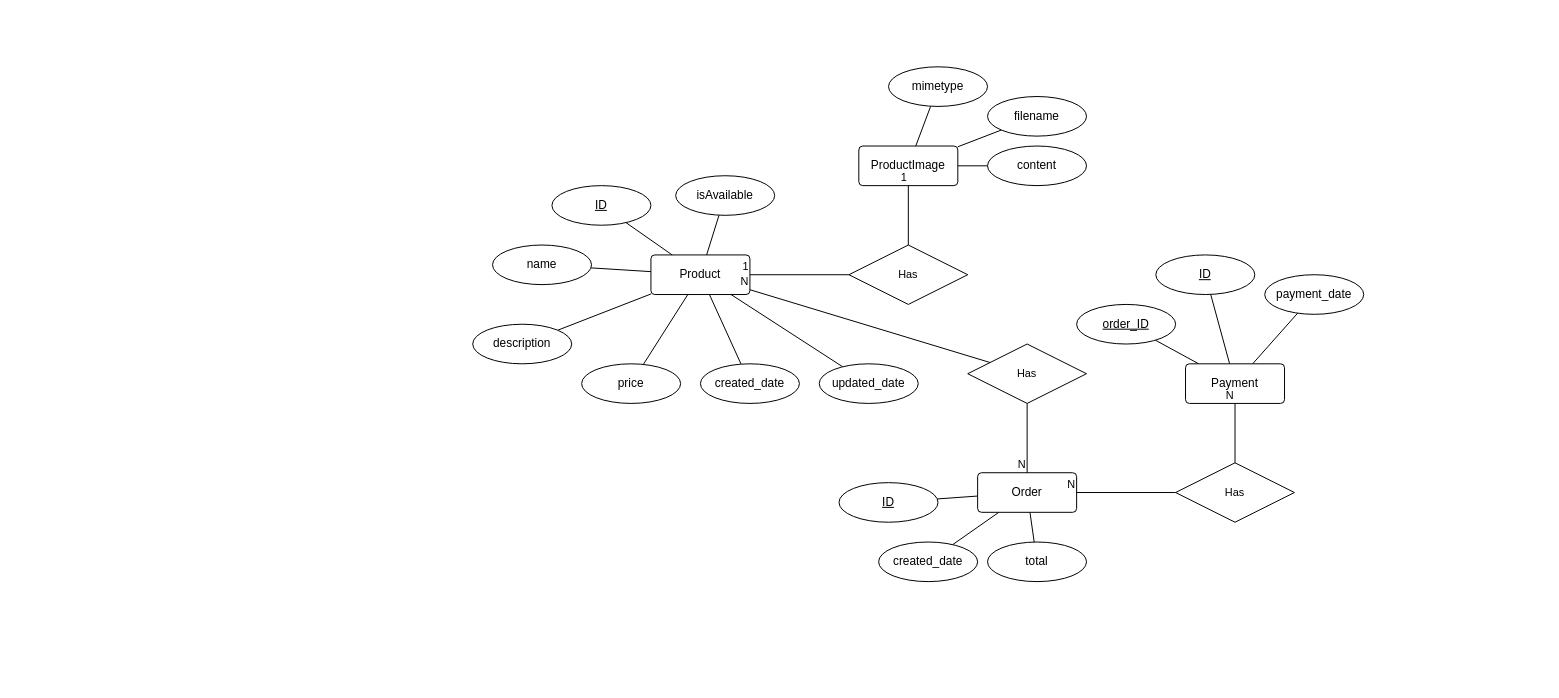
Before: page "ERD" (2 of 6) of Coffeeshop.drawio in pradana4648/coffeeshop, a draw.io diagram. Source tidied: cells renumbered, new cells numbered last; positions are measured from the earlier drawing's top-left corner, leaving out a move shared by most shapes. Both pictures are drawn from the tidied source at 99%, with x=0, y=0 at pixel (472, 66).
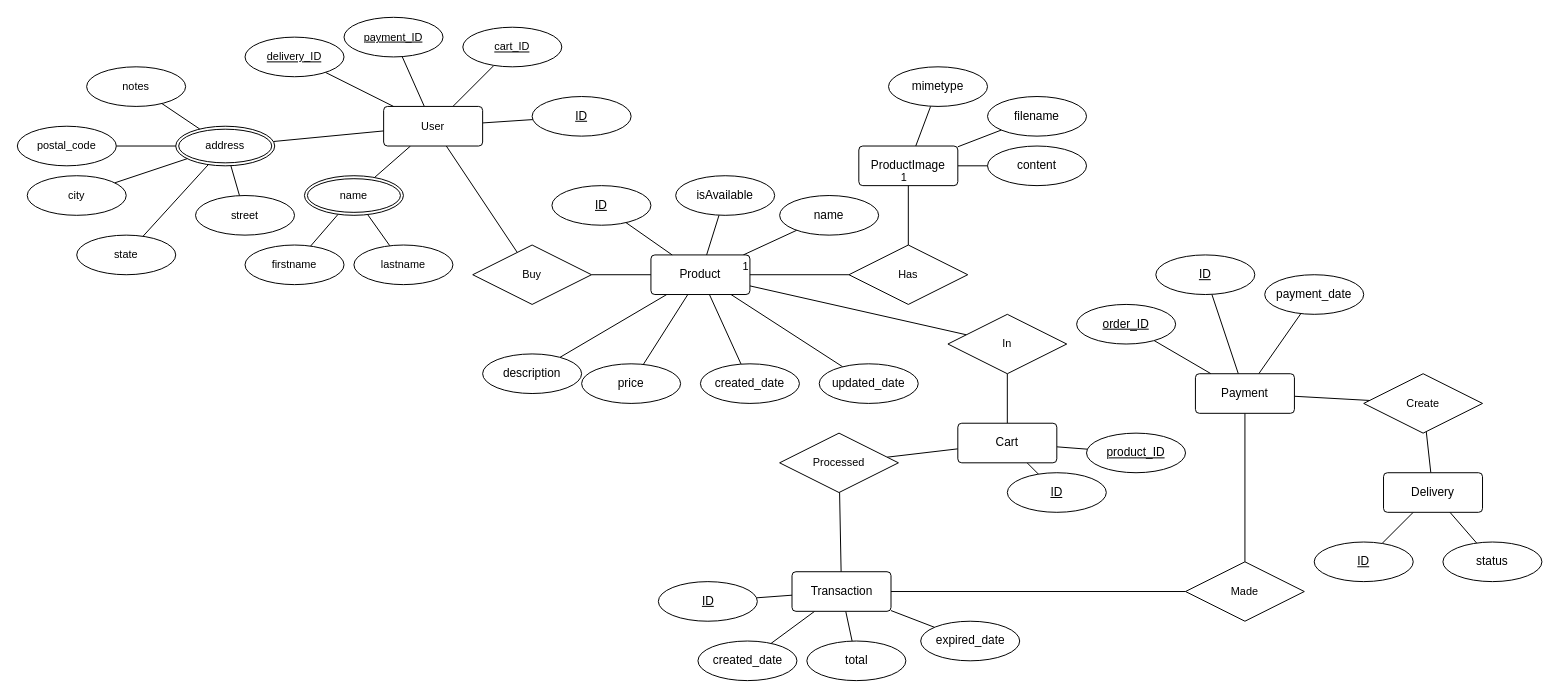
The same diagram, later.

The change refers to these unchanged cells:
```xml
<mxCell id="8" value="Product" style="rounded=1;arcSize=10;whiteSpace=wrap;html=1;align=center;" parent="1" vertex="1">
  <mxGeometry x="180" y="190" width="100" height="40" as="geometry" />
</mxCell>
```

Change to the diagram source:
```diff
@@
+    <mxCell id="53" style="edgeStyle=none;shape=connector;rounded=0;jettySize=auto;html=1;labelBackgroundColor=default;strokeColor=default;fontFamily=Helvetica;fontSize=11;fontColor=default;endArrow=none;endFill=0;" parent="1" edge="1" source="8" target="29">
+      <mxGeometry relative="1" as="geometry" />
+    </mxCell>
@@
     <mxCell id="11" value="name" style="ellipse;whiteSpace=wrap;html=1;align=center;" parent="1" vertex="1">
-      <mxGeometry x="20" y="180" width="100" height="40" as="geometry" />
+      <mxGeometry x="310" y="130" width="100" height="40" as="geometry" />
     </mxCell>
     <mxCell id="12" value="description" style="ellipse;whiteSpace=wrap;html=1;align=center;" parent="1" vertex="1">
-      <mxGeometry y="260" width="100" height="40" as="geometry" />
+      <mxGeometry x="10" y="290" width="100" height="40" as="geometry" />
     </mxCell>
@@
+    <mxCell id="54" style="edgeStyle=none;shape=connector;rounded=0;jettySize=auto;html=1;labelBackgroundColor=default;strokeColor=default;fontFamily=Helvetica;fontSize=11;fontColor=default;endArrow=none;endFill=0;" parent="1" edge="1" source="29" target="76">
+      <mxGeometry relative="1" as="geometry" />
+    </mxCell>
-    <mxCell id="29" value="Has" style="shape=rhombus;perimeter=rhombusPerimeter;whiteSpace=wrap;html=1;align=center;fontFamily=Helvetica;fontSize=11;fontColor=default;" parent="1" vertex="1">
-      <mxGeometry x="500" y="280" width="120" height="60" as="geometry" />
+    <mxCell id="29" value="In" style="shape=rhombus;perimeter=rhombusPerimeter;whiteSpace=wrap;html=1;align=center;fontFamily=Helvetica;fontSize=11;fontColor=default;" parent="1" vertex="1">
+      <mxGeometry x="480" y="250" width="120" height="60" as="geometry" />
     </mxCell>
@@
+    <mxCell id="55" style="edgeStyle=none;shape=connector;rounded=0;jettySize=auto;html=1;labelBackgroundColor=default;strokeColor=default;fontFamily=Helvetica;fontSize=11;fontColor=default;endArrow=none;endFill=0;" parent="1" edge="1" source="33" target="79">
+      <mxGeometry relative="1" as="geometry" />
+    </mxCell>
-    <mxCell id="33" value="Order" style="rounded=1;arcSize=10;whiteSpace=wrap;html=1;align=center;" parent="1" vertex="1">
-      <mxGeometry x="510" y="410" width="100" height="40" as="geometry" />
+    <mxCell id="33" value="&lt;div&gt;Transaction&lt;/div&gt;" style="rounded=1;arcSize=10;whiteSpace=wrap;html=1;align=center;" parent="1" vertex="1">
+      <mxGeometry x="322.5" y="510" width="100" height="40" as="geometry" />
     </mxCell>
-    <mxCell id="34" style="endArrow=none;html=1;rounded=0;labelBackgroundColor=default;strokeColor=default;fontFamily=Helvetica;fontSize=11;fontColor=default;shape=connector;" parent="1" edge="1" source="29" target="8">
-      <mxGeometry relative="1" as="geometry" />
-    </mxCell>
-    <mxCell id="35" value="N" style="html=1;whiteSpace=wrap;align=right;verticalAlign=bottom;fontFamily=Helvetica;fontSize=11;fontColor=default;" parent="34" vertex="1">
-      <mxGeometry x="1" relative="1" as="geometry" />
-    </mxCell>
-    <mxCell id="36" style="endArrow=none;html=1;rounded=0;labelBackgroundColor=default;strokeColor=default;fontFamily=Helvetica;fontSize=11;fontColor=default;shape=connector;" parent="1" edge="1" source="29" target="33">
-      <mxGeometry relative="1" as="geometry" />
-    </mxCell>
-    <mxCell id="37" value="N" style="html=1;whiteSpace=wrap;align=right;verticalAlign=bottom;fontFamily=Helvetica;fontSize=11;fontColor=default;" parent="36" vertex="1">
-      <mxGeometry x="1" relative="1" as="geometry" />
-    </mxCell>
     <mxCell id="38" value="ID" style="ellipse;whiteSpace=wrap;html=1;align=center;fontStyle=4;" parent="1" vertex="1">
-      <mxGeometry x="370" y="420" width="100" height="40" as="geometry" />
+      <mxGeometry x="187.5" y="520" width="100" height="40" as="geometry" />
     </mxCell>
     <mxCell id="39" value="&lt;div&gt;created_date&lt;/div&gt;" style="ellipse;whiteSpace=wrap;html=1;align=center;" parent="1" vertex="1">
-      <mxGeometry x="410" y="480" width="100" height="40" as="geometry" />
+      <mxGeometry x="227.5" y="580" width="100" height="40" as="geometry" />
     </mxCell>
     <mxCell id="40" value="total" style="ellipse;whiteSpace=wrap;html=1;align=center;" parent="1" vertex="1">
-      <mxGeometry x="520" y="480" width="100" height="40" as="geometry" />
+      <mxGeometry x="337.5" y="580" width="100" height="40" as="geometry" />
     </mxCell>
+    <mxCell id="48" style="edgeStyle=none;shape=connector;rounded=0;jettySize=auto;html=1;labelBackgroundColor=default;strokeColor=default;fontFamily=Helvetica;fontSize=11;fontColor=default;endArrow=none;endFill=0;" parent="1" edge="1" source="41" target="47">
+      <mxGeometry relative="1" as="geometry" />
+    </mxCell>
-    <mxCell id="41" value="Has" style="shape=rhombus;perimeter=rhombusPerimeter;whiteSpace=wrap;html=1;align=center;fontFamily=Helvetica;fontSize=11;fontColor=default;" parent="1" vertex="1">
-      <mxGeometry x="710" y="400" width="120" height="60" as="geometry" />
+    <mxCell id="41" value="Made" style="shape=rhombus;perimeter=rhombusPerimeter;whiteSpace=wrap;html=1;align=center;fontFamily=Helvetica;fontSize=11;fontColor=default;" parent="1" vertex="1">
+      <mxGeometry x="720" y="500" width="120" height="60" as="geometry" />
     </mxCell>
-    <mxCell id="42" style="endArrow=none;html=1;rounded=0;labelBackgroundColor=default;strokeColor=default;fontFamily=Helvetica;fontSize=11;fontColor=default;shape=connector;" parent="1" edge="1" source="41" target="33">
-      <mxGeometry relative="1" as="geometry" />
-    </mxCell>
-    <mxCell id="43" value="N" style="html=1;whiteSpace=wrap;align=right;verticalAlign=bottom;fontFamily=Helvetica;fontSize=11;fontColor=default;" parent="42" vertex="1">
-      <mxGeometry x="1" relative="1" as="geometry" />
-    </mxCell>
@@
+    <mxCell id="56" style="edgeStyle=none;shape=connector;rounded=0;jettySize=auto;html=1;labelBackgroundColor=default;strokeColor=default;fontFamily=Helvetica;fontSize=11;fontColor=default;endArrow=none;endFill=0;" parent="1" edge="1" source="47" target="83">
+      <mxGeometry relative="1" as="geometry" />
+    </mxCell>
     <mxCell id="47" value="Payment" style="rounded=1;arcSize=10;whiteSpace=wrap;html=1;align=center;" parent="1" vertex="1">
-      <mxGeometry x="720" y="300" width="100" height="40" as="geometry" />
+      <mxGeometry x="730" y="310" width="100" height="40" as="geometry" />
     </mxCell>
-    <mxCell id="48" style="endArrow=none;html=1;rounded=0;labelBackgroundColor=default;strokeColor=default;fontFamily=Helvetica;fontSize=11;fontColor=default;shape=connector;" parent="1" edge="1" source="41" target="47">
-      <mxGeometry relative="1" as="geometry" />
-    </mxCell>
-    <mxCell id="49" value="N" style="html=1;whiteSpace=wrap;align=right;verticalAlign=bottom;fontFamily=Helvetica;fontSize=11;fontColor=default;" parent="48" vertex="1">
-      <mxGeometry x="1" relative="1" as="geometry" />
-    </mxCell>
@@
+    <mxCell id="57" style="edgeStyle=none;shape=connector;rounded=0;jettySize=auto;html=1;labelBackgroundColor=default;strokeColor=default;fontFamily=Helvetica;fontSize=11;fontColor=default;endArrow=none;endFill=0;" parent="1" edge="1" source="62" target="65">
+      <mxGeometry relative="1" as="geometry" />
+    </mxCell>
+    <mxCell id="58" style="edgeStyle=none;shape=connector;rounded=0;jettySize=auto;html=1;labelBackgroundColor=default;strokeColor=default;fontFamily=Helvetica;fontSize=11;fontColor=default;endArrow=none;endFill=0;" parent="1" edge="1" source="62" target="63">
+      <mxGeometry relative="1" as="geometry" />
+    </mxCell>
+    <mxCell id="59" style="edgeStyle=none;shape=connector;rounded=0;jettySize=auto;html=1;labelBackgroundColor=default;strokeColor=default;fontFamily=Helvetica;fontSize=11;fontColor=default;endArrow=none;endFill=0;" parent="1" edge="1" source="62" target="68">
+      <mxGeometry relative="1" as="geometry" />
+    </mxCell>
+    <mxCell id="60" style="edgeStyle=none;shape=connector;rounded=0;jettySize=auto;html=1;labelBackgroundColor=default;strokeColor=default;fontFamily=Helvetica;fontSize=11;fontColor=default;endArrow=none;endFill=0;" parent="1" edge="1" source="62" target="71">
+      <mxGeometry relative="1" as="geometry" />
+    </mxCell>
+    <mxCell id="61" style="edgeStyle=none;shape=connector;rounded=0;jettySize=auto;html=1;labelBackgroundColor=default;strokeColor=default;fontFamily=Helvetica;fontSize=11;fontColor=default;endArrow=none;endFill=0;" parent="1" edge="1" source="62" target="72">
+      <mxGeometry relative="1" as="geometry" />
+    </mxCell>
+    <mxCell id="62" value="User" style="rounded=1;arcSize=10;whiteSpace=wrap;html=1;align=center;fontFamily=Helvetica;fontSize=11;fontColor=default;" parent="1" vertex="1">
+      <mxGeometry x="-90" y="40" width="100" height="40" as="geometry" />
+    </mxCell>
+    <mxCell id="63" value="ID" style="ellipse;whiteSpace=wrap;html=1;align=center;fontStyle=4;" parent="1" vertex="1">
+      <mxGeometry x="60" y="30" width="100" height="40" as="geometry" />
+    </mxCell>
+    <mxCell id="64" style="edgeStyle=none;shape=connector;rounded=0;jettySize=auto;html=1;labelBackgroundColor=default;strokeColor=default;fontFamily=Helvetica;fontSize=11;fontColor=default;endArrow=none;endFill=0;" parent="1" edge="1" source="65" target="8">
+      <mxGeometry relative="1" as="geometry" />
+    </mxCell>
+    <mxCell id="65" value="Buy" style="shape=rhombus;perimeter=rhombusPerimeter;whiteSpace=wrap;html=1;align=center;fontFamily=Helvetica;fontSize=11;fontColor=default;" parent="1" vertex="1">
+      <mxGeometry y="180" width="120" height="60" as="geometry" />
+    </mxCell>
+    <mxCell id="66" style="edgeStyle=none;shape=connector;rounded=0;jettySize=auto;html=1;labelBackgroundColor=default;strokeColor=default;fontFamily=Helvetica;fontSize=11;fontColor=default;endArrow=none;endFill=0;" parent="1" edge="1" source="68" target="70">
+      <mxGeometry relative="1" as="geometry" />
+    </mxCell>
+    <mxCell id="67" style="edgeStyle=none;shape=connector;rounded=0;jettySize=auto;html=1;labelBackgroundColor=default;strokeColor=default;fontFamily=Helvetica;fontSize=11;fontColor=default;endArrow=none;endFill=0;" parent="1" edge="1" source="68" target="69">
+      <mxGeometry relative="1" as="geometry" />
+    </mxCell>
+    <mxCell id="68" value="name" style="ellipse;shape=doubleEllipse;margin=3;whiteSpace=wrap;html=1;align=center;fontFamily=Helvetica;fontSize=11;fontColor=default;" parent="1" vertex="1">
+      <mxGeometry x="-170" y="110" width="100" height="40" as="geometry" />
+    </mxCell>
+    <mxCell id="69" value="firstname" style="ellipse;whiteSpace=wrap;html=1;align=center;fontFamily=Helvetica;fontSize=11;fontColor=default;" parent="1" vertex="1">
+      <mxGeometry x="-230" y="180" width="100" height="40" as="geometry" />
+    </mxCell>
+    <mxCell id="70" value="lastname" style="ellipse;whiteSpace=wrap;html=1;align=center;fontFamily=Helvetica;fontSize=11;fontColor=default;" parent="1" vertex="1">
+      <mxGeometry x="-120" y="180" width="100" height="40" as="geometry" />
+    </mxCell>
+    <mxCell id="71" value="cart_ID" style="ellipse;whiteSpace=wrap;html=1;align=center;fontStyle=4;fontFamily=Helvetica;fontSize=11;fontColor=default;" parent="1" vertex="1">
+      <mxGeometry x="-10" y="-40" width="100" height="40" as="geometry" />
+    </mxCell>
+    <mxCell id="72" value="payment_ID" style="ellipse;whiteSpace=wrap;html=1;align=center;fontStyle=4;fontFamily=Helvetica;fontSize=11;fontColor=default;" parent="1" vertex="1">
+      <mxGeometry x="-130" y="-50" width="100" height="40" as="geometry" />
+    </mxCell>
+    <mxCell id="73" style="edgeStyle=none;shape=connector;rounded=0;jettySize=auto;html=1;labelBackgroundColor=default;strokeColor=default;fontFamily=Helvetica;fontSize=11;fontColor=default;endArrow=none;endFill=0;" parent="1" edge="1" source="76" target="77">
+      <mxGeometry relative="1" as="geometry" />
+    </mxCell>
+    <mxCell id="74" style="edgeStyle=none;shape=connector;rounded=0;jettySize=auto;html=1;labelBackgroundColor=default;strokeColor=default;fontFamily=Helvetica;fontSize=11;fontColor=default;endArrow=none;endFill=0;" parent="1" edge="1" source="76" target="78">
+      <mxGeometry relative="1" as="geometry" />
+    </mxCell>
+    <mxCell id="75" style="edgeStyle=none;shape=connector;rounded=0;jettySize=auto;html=1;labelBackgroundColor=default;strokeColor=default;fontFamily=Helvetica;fontSize=11;fontColor=default;endArrow=none;endFill=0;" parent="1" edge="1" source="76" target="81">
+      <mxGeometry relative="1" as="geometry" />
+    </mxCell>
+    <mxCell id="76" value="Cart" style="rounded=1;arcSize=10;whiteSpace=wrap;html=1;align=center;" parent="1" vertex="1">
+      <mxGeometry x="490" y="360" width="100" height="40" as="geometry" />
+    </mxCell>
+    <mxCell id="77" value="ID" style="ellipse;whiteSpace=wrap;html=1;align=center;fontStyle=4;" parent="1" vertex="1">
+      <mxGeometry x="540" y="410" width="100" height="40" as="geometry" />
+    </mxCell>
+    <mxCell id="78" value="product_ID" style="ellipse;whiteSpace=wrap;html=1;align=center;fontStyle=4;" parent="1" vertex="1">
+      <mxGeometry x="620" y="370" width="100" height="40" as="geometry" />
+    </mxCell>
+    <mxCell id="79" value="&lt;div&gt;expired_date&lt;/div&gt;" style="ellipse;whiteSpace=wrap;html=1;align=center;" parent="1" vertex="1">
+      <mxGeometry x="452.5" y="560" width="100" height="40" as="geometry" />
+    </mxCell>
+    <mxCell id="80" style="edgeStyle=none;shape=connector;rounded=0;jettySize=auto;html=1;labelBackgroundColor=default;strokeColor=default;fontFamily=Helvetica;fontSize=11;fontColor=default;endArrow=none;endFill=0;" parent="1" edge="1" source="81" target="33">
+      <mxGeometry relative="1" as="geometry" />
+    </mxCell>
+    <mxCell id="81" value="Processed" style="shape=rhombus;perimeter=rhombusPerimeter;whiteSpace=wrap;html=1;align=center;fontFamily=Helvetica;fontSize=11;fontColor=default;" parent="1" vertex="1">
+      <mxGeometry x="310" y="370" width="120" height="60" as="geometry" />
+    </mxCell>
+    <mxCell id="42" style="edgeStyle=none;shape=connector;rounded=0;jettySize=auto;html=1;labelBackgroundColor=default;strokeColor=default;fontFamily=Helvetica;fontSize=11;fontColor=default;endArrow=none;endFill=0;" parent="1" edge="1" source="41" target="33">
+      <mxGeometry relative="1" as="geometry" />
+    </mxCell>
+    <mxCell id="82" style="edgeStyle=none;shape=connector;rounded=0;jettySize=auto;html=1;labelBackgroundColor=default;strokeColor=default;fontFamily=Helvetica;fontSize=11;fontColor=default;endArrow=none;endFill=0;" parent="1" edge="1" source="83" target="85">
+      <mxGeometry relative="1" as="geometry" />
+    </mxCell>
+    <mxCell id="83" value="Create" style="shape=rhombus;perimeter=rhombusPerimeter;whiteSpace=wrap;html=1;align=center;fontFamily=Helvetica;fontSize=11;fontColor=default;" parent="1" vertex="1">
+      <mxGeometry x="900" y="310" width="120" height="60" as="geometry" />
+    </mxCell>
+    <mxCell id="84" style="edgeStyle=none;shape=connector;rounded=0;jettySize=auto;html=1;labelBackgroundColor=default;strokeColor=default;fontFamily=Helvetica;fontSize=11;fontColor=default;endArrow=none;endFill=0;" parent="1" edge="1" source="85" target="86">
+      <mxGeometry relative="1" as="geometry" />
+    </mxCell>
+    <mxCell id="85" value="Delivery" style="rounded=1;arcSize=10;whiteSpace=wrap;html=1;align=center;" parent="1" vertex="1">
+      <mxGeometry x="920" y="410" width="100" height="40" as="geometry" />
+    </mxCell>
+    <mxCell id="86" value="ID" style="ellipse;whiteSpace=wrap;html=1;align=center;fontStyle=4;" parent="1" vertex="1">
+      <mxGeometry x="850" y="480" width="100" height="40" as="geometry" />
+    </mxCell>
+    <mxCell id="87" style="edgeStyle=none;shape=connector;rounded=0;jettySize=auto;html=1;labelBackgroundColor=default;strokeColor=default;fontFamily=Helvetica;fontSize=11;fontColor=default;endArrow=none;endFill=0;" parent="1" edge="1" source="88" target="85">
+      <mxGeometry relative="1" as="geometry" />
+    </mxCell>
+    <mxCell id="88" value="status" style="ellipse;whiteSpace=wrap;html=1;align=center;" parent="1" vertex="1">
+      <mxGeometry x="980" y="480" width="100" height="40" as="geometry" />
+    </mxCell>
+    <mxCell id="89" style="edgeStyle=none;shape=connector;rounded=0;jettySize=auto;html=1;labelBackgroundColor=default;strokeColor=default;fontFamily=Helvetica;fontSize=11;fontColor=default;endArrow=none;endFill=0;" parent="1" edge="1" source="90" target="62">
+      <mxGeometry relative="1" as="geometry" />
+    </mxCell>
+    <mxCell id="90" value="delivery_ID" style="ellipse;whiteSpace=wrap;html=1;align=center;fontStyle=4;fontFamily=Helvetica;fontSize=11;fontColor=default;" parent="1" vertex="1">
+      <mxGeometry x="-230" y="-30" width="100" height="40" as="geometry" />
+    </mxCell>
+    <mxCell id="91" style="edgeStyle=none;shape=connector;rounded=0;jettySize=auto;html=1;labelBackgroundColor=default;strokeColor=default;fontFamily=Helvetica;fontSize=11;fontColor=default;endArrow=none;endFill=0;" parent="1" edge="1" source="92" target="62">
+      <mxGeometry relative="1" as="geometry" />
+    </mxCell>
+    <mxCell id="92" value="address" style="ellipse;shape=doubleEllipse;margin=3;whiteSpace=wrap;html=1;align=center;fontFamily=Helvetica;fontSize=11;fontColor=default;" parent="1" vertex="1">
+      <mxGeometry x="-300" y="60" width="100" height="40" as="geometry" />
+    </mxCell>
+    <mxCell id="93" style="edgeStyle=none;shape=connector;rounded=0;jettySize=auto;html=1;labelBackgroundColor=default;strokeColor=default;fontFamily=Helvetica;fontSize=11;fontColor=default;endArrow=none;endFill=0;" parent="1" edge="1" source="94" target="92">
+      <mxGeometry relative="1" as="geometry" />
+    </mxCell>
+    <mxCell id="94" value="city" style="ellipse;whiteSpace=wrap;html=1;align=center;fontFamily=Helvetica;fontSize=11;fontColor=default;" parent="1" vertex="1">
+      <mxGeometry x="-450" y="110" width="100" height="40" as="geometry" />
+    </mxCell>
+    <mxCell id="95" style="edgeStyle=none;shape=connector;rounded=0;jettySize=auto;html=1;labelBackgroundColor=default;strokeColor=default;fontFamily=Helvetica;fontSize=11;fontColor=default;endArrow=none;endFill=0;" parent="1" edge="1" source="96" target="92">
+      <mxGeometry relative="1" as="geometry" />
+    </mxCell>
+    <mxCell id="96" value="street" style="ellipse;whiteSpace=wrap;html=1;align=center;fontFamily=Helvetica;fontSize=11;fontColor=default;" parent="1" vertex="1">
+      <mxGeometry x="-280" y="130" width="100" height="40" as="geometry" />
+    </mxCell>
+    <mxCell id="97" style="edgeStyle=none;shape=connector;rounded=0;jettySize=auto;html=1;labelBackgroundColor=default;strokeColor=default;fontFamily=Helvetica;fontSize=11;fontColor=default;endArrow=none;endFill=0;" parent="1" edge="1" source="98" target="92">
+      <mxGeometry relative="1" as="geometry" />
+    </mxCell>
+    <mxCell id="98" value="postal_code" style="ellipse;whiteSpace=wrap;html=1;align=center;fontFamily=Helvetica;fontSize=11;fontColor=default;" parent="1" vertex="1">
+      <mxGeometry x="-460" y="60" width="100" height="40" as="geometry" />
+    </mxCell>
+    <mxCell id="99" style="edgeStyle=none;shape=connector;rounded=0;jettySize=auto;html=1;labelBackgroundColor=default;strokeColor=default;fontFamily=Helvetica;fontSize=11;fontColor=default;endArrow=none;endFill=0;" parent="1" edge="1" source="100" target="92">
+      <mxGeometry relative="1" as="geometry" />
+    </mxCell>
+    <mxCell id="100" value="state" style="ellipse;whiteSpace=wrap;html=1;align=center;fontFamily=Helvetica;fontSize=11;fontColor=default;" parent="1" vertex="1">
+      <mxGeometry x="-400" y="170" width="100" height="40" as="geometry" />
+    </mxCell>
+    <mxCell id="101" style="edgeStyle=none;shape=connector;rounded=0;jettySize=auto;html=1;labelBackgroundColor=default;strokeColor=default;fontFamily=Helvetica;fontSize=11;fontColor=default;endArrow=none;endFill=0;" parent="1" edge="1" source="102" target="92">
+      <mxGeometry relative="1" as="geometry" />
+    </mxCell>
+    <mxCell id="102" value="notes" style="ellipse;whiteSpace=wrap;html=1;align=center;fontFamily=Helvetica;fontSize=11;fontColor=default;" parent="1" vertex="1">
+      <mxGeometry x="-390" width="100" height="40" as="geometry" />
+    </mxCell>
```
